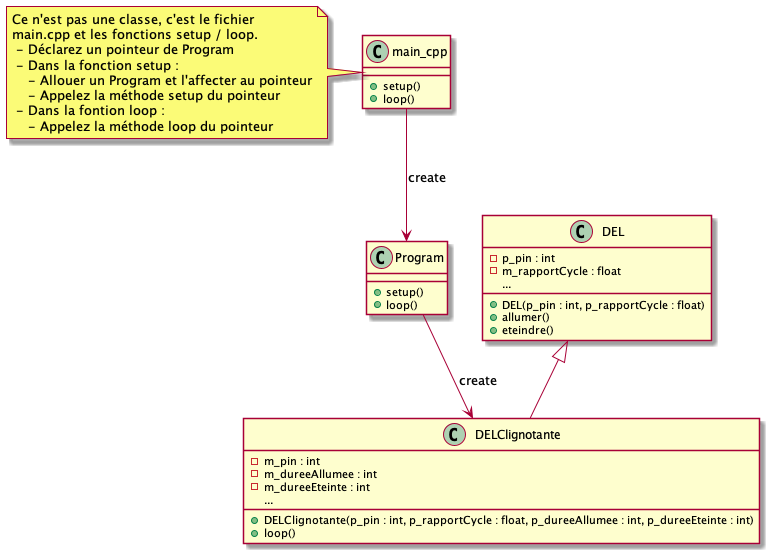
PiFou86/420-W48-SF keeps this PlantUML diagram as images/Module04_ProgrammationSorties/diag/DELClignotante/DELClignotante_diagclasses.png. Above is the earlier version.
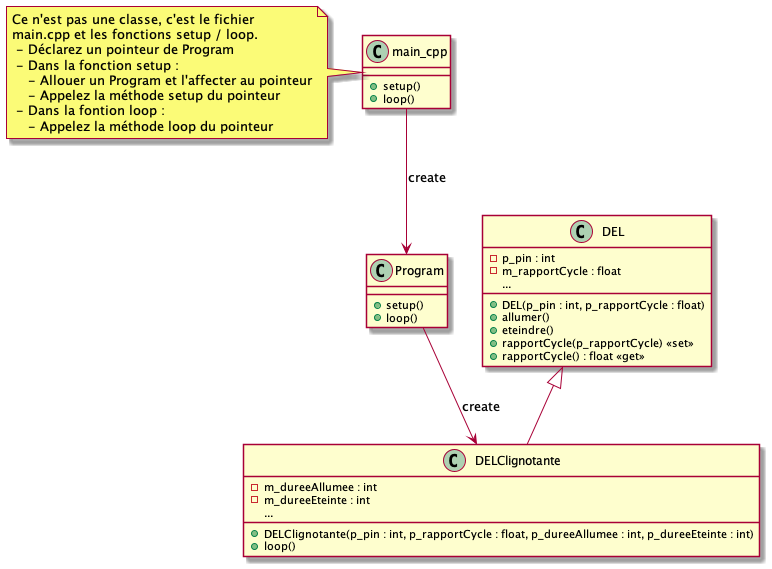
Later version of the same file.

Commit message:
Ajout getter/setter

What changed in the source:
```diff
@@ -28,10 +28,11 @@
     + DEL(p_pin : int, p_rapportCycle : float)
     + allumer()
     + eteindre()
+    + rapportCycle(p_rapportCycle) << set >>
+    + rapportCycle() : float << get >>
 }
 
 class DELClignotante {
-    - m_pin : int
     - m_dureeAllumee : int
     - m_dureeEteinte : int
     ...
```
